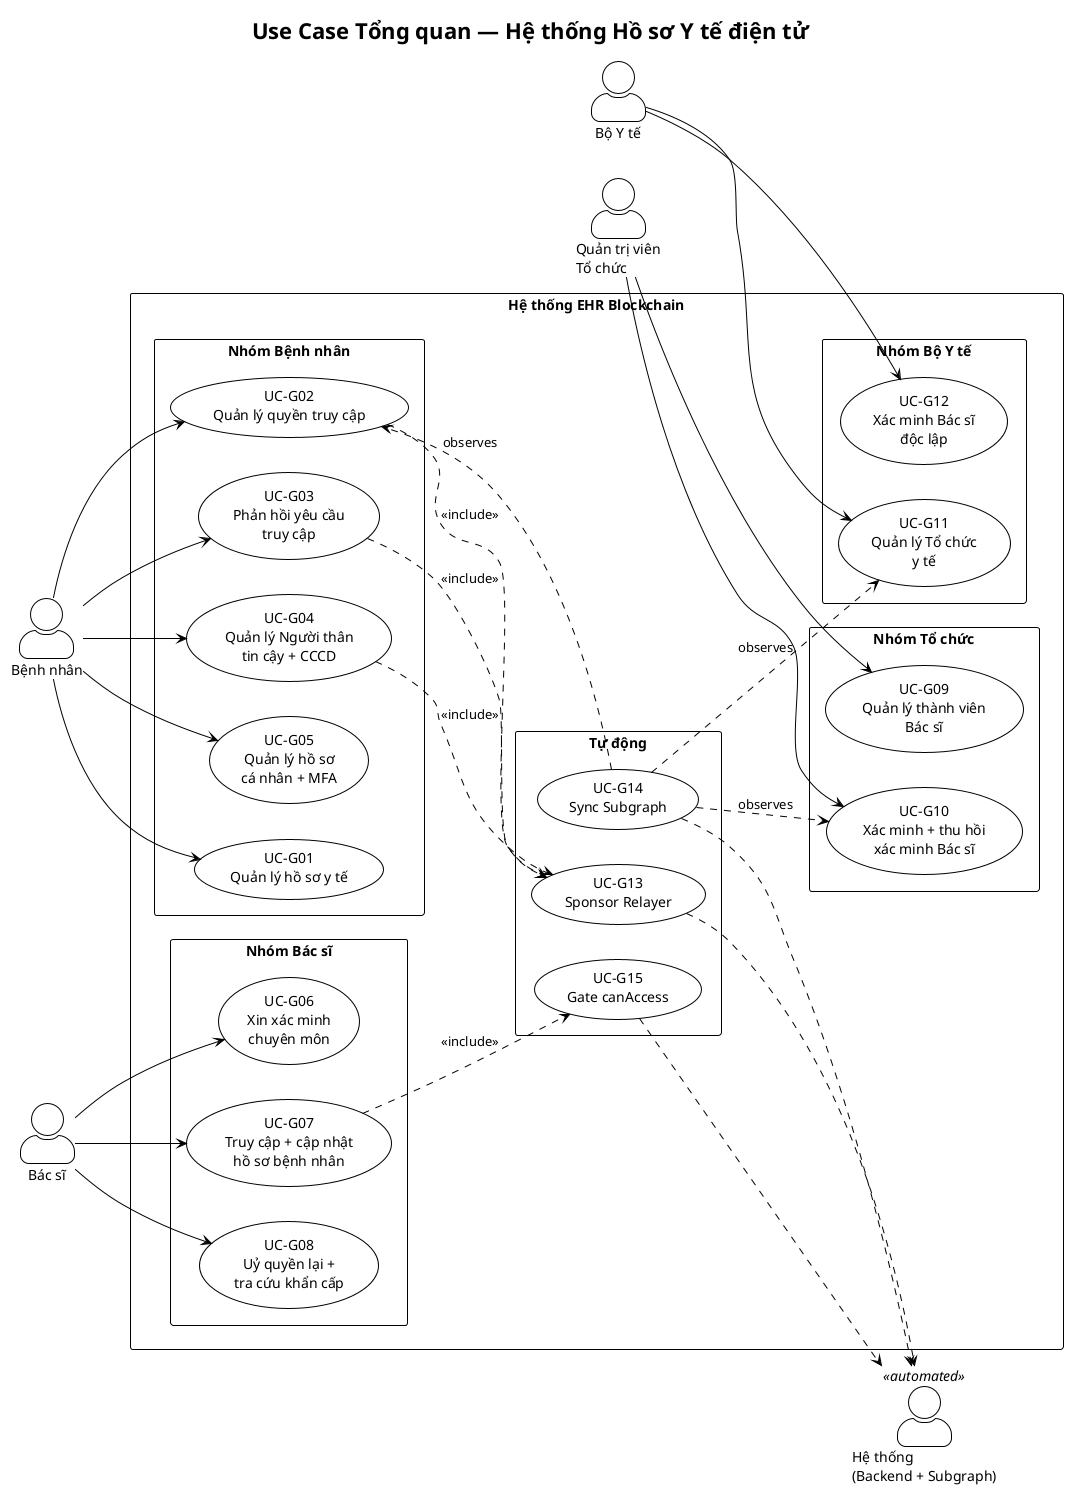
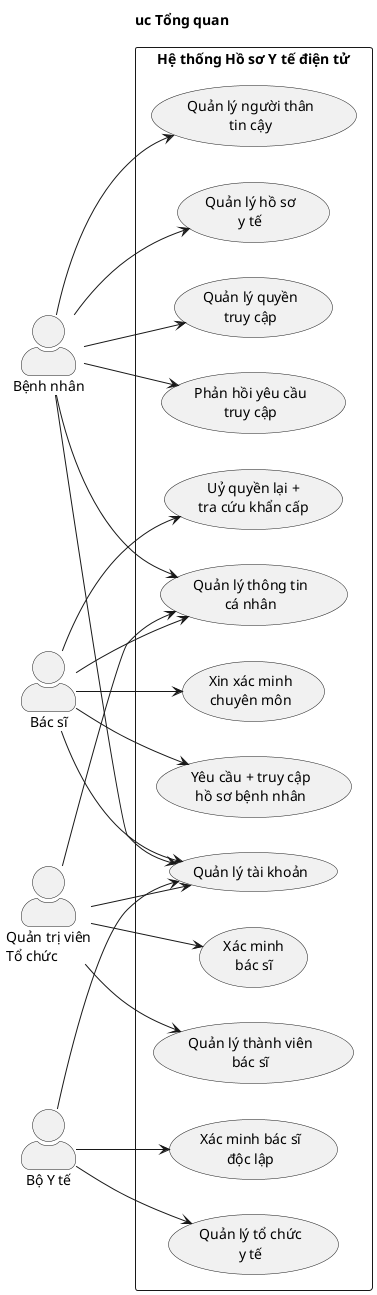
- @startuml usecase-overview
- !theme plain
+ @startuml uc-tongquan
+ title uc Tổng quan
left to right direction
skinparam packageStyle rectangle
skinparam actorStyle awesome
- title Use Case Tổng quan — Hệ thống Hồ sơ Y tế điện tử

actor "Bệnh nhân" as Patient
actor "Bác sĩ" as Doctor
actor "Quản trị viên\nTổ chức" as OrgAdmin
actor "Bộ Y tế" as Ministry
- actor "Hệ thống\n(Backend + Subgraph)" as System << automated >>

- rectangle "Hệ thống EHR Blockchain" {
+ rectangle "Hệ thống Hồ sơ Y tế điện tử" {
+     usecase "Quản lý tài khoản" as UC_Account
+     usecase "Quản lý thông tin\ncá nhân" as UC_Profile

-   package "Nhóm Bệnh nhân" {
-     usecase "UC-G01\nQuản lý hồ sơ y tế" as UCG01
-     usecase "UC-G02\nQuản lý quyền truy cập" as UCG02
-     usecase "UC-G03\nPhản hồi yêu cầu\ntruy cập" as UCG03
-     usecase "UC-G04\nQuản lý Người thân\ntin cậy + CCCD" as UCG04
-     usecase "UC-G05\nQuản lý hồ sơ\ncá nhân + MFA" as UCG05
-   }
+     usecase "Quản lý hồ sơ\ny tế" as UC_Records
+     usecase "Quản lý quyền\ntruy cập" as UC_Consent
+     usecase "Phản hồi yêu cầu\ntruy cập" as UC_Response
+     usecase "Quản lý người thân\ntin cậy" as UC_TC

-   package "Nhóm Bác sĩ" {
-     usecase "UC-G06\nXin xác minh\nchuyên môn" as UCG06
-     usecase "UC-G07\nTruy cập + cập nhật\nhồ sơ bệnh nhân" as UCG07
-     usecase "UC-G08\nUỷ quyền lại +\ntra cứu khẩn cấp" as UCG08
-   }
+     usecase "Xin xác minh\nchuyên môn" as UC_DoctorVerify
+     usecase "Yêu cầu + truy cập\nhồ sơ bệnh nhân" as UC_DoctorAccess
+     usecase "Uỷ quyền lại +\ntra cứu khẩn cấp" as UC_DoctorDelegate

-   package "Nhóm Tổ chức" {
-     usecase "UC-G09\nQuản lý thành viên\nBác sĩ" as UCG09
-     usecase "UC-G10\nXác minh + thu hồi\nxác minh Bác sĩ" as UCG10
-   }
+     usecase "Quản lý thành viên\nbác sĩ" as UC_OrgMembers
+     usecase "Xác minh\nbác sĩ" as UC_OrgVerify

-   package "Nhóm Bộ Y tế" {
-     usecase "UC-G11\nQuản lý Tổ chức\ny tế" as UCG11
-     usecase "UC-G12\nXác minh Bác sĩ\nđộc lập" as UCG12
-   }
- 
-   package "Tự động" {
-     usecase "UC-G13\nSponsor Relayer" as UCG13
-     usecase "UC-G14\nSync Subgraph" as UCG14
-     usecase "UC-G15\nGate canAccess" as UCG15
-   }
+     usecase "Quản lý tổ chức\ny tế" as UC_MinistryOrg
+     usecase "Xác minh bác sĩ\nđộc lập" as UC_MinistryDoctor
}

- Patient --> UCG01
- Patient --> UCG02
- Patient --> UCG03
- Patient --> UCG04
- Patient --> UCG05
+ Patient --> UC_Account
+ Patient --> UC_Profile
+ Patient --> UC_Records
+ Patient --> UC_Consent
+ Patient --> UC_Response
+ Patient --> UC_TC

- Doctor --> UCG06
- Doctor --> UCG07
- Doctor --> UCG08
+ Doctor --> UC_Account
+ Doctor --> UC_Profile
+ Doctor --> UC_DoctorVerify
+ Doctor --> UC_DoctorAccess
+ Doctor --> UC_DoctorDelegate

- OrgAdmin --> UCG09
- OrgAdmin --> UCG10
+ OrgAdmin --> UC_Account
+ OrgAdmin --> UC_Profile
+ OrgAdmin --> UC_OrgMembers
+ OrgAdmin --> UC_OrgVerify

- Ministry --> UCG11
- Ministry --> UCG12
- 
- UCG13 ..> System
- UCG14 ..> System
- UCG15 ..> System
- 
- ' Gộp dependency
- UCG02 ..> UCG13 : <<include>>
- UCG03 ..> UCG13 : <<include>>
- UCG04 ..> UCG13 : <<include>>
- UCG07 ..> UCG15 : <<include>>
- UCG14 ..> UCG02 : observes
- UCG14 ..> UCG10 : observes
- UCG14 ..> UCG11 : observes
+ Ministry --> UC_Account
+ Ministry --> UC_MinistryOrg
+ Ministry --> UC_MinistryDoctor

@enduml
